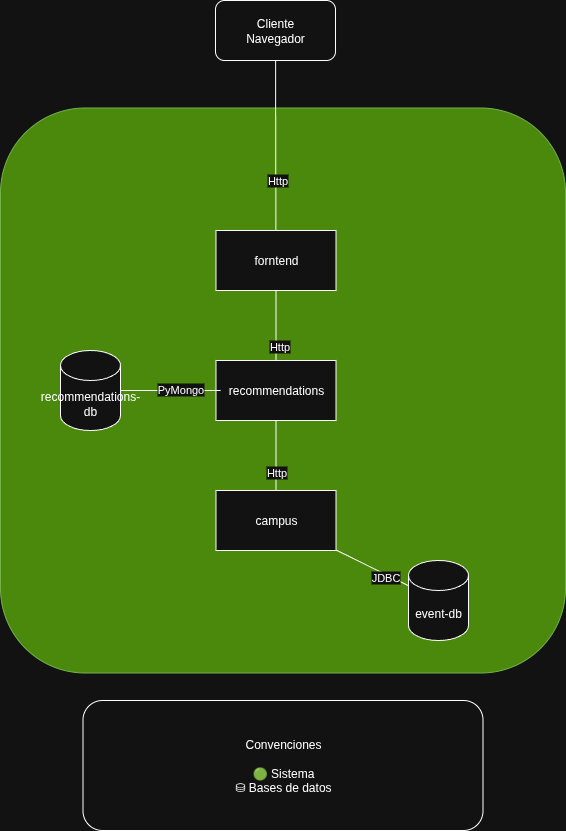
Above: laboratories/laboratory_2/julvargasgu-ggonzalezbo/CyC.png in sdmorenob/swarch-2025-ii (draw.io), before the change. Source tidied: cells renumbered, new cells last; positions are measured from the earlier drawing's top-left corner, leaving out a move shared by most shapes. Source of this version:
```xml
<mxGraphModel>
  <root>
    <mxCell id="0" />
    <mxCell id="1" parent="0" />
    <mxCell id="2" style="whiteSpace=wrap;html=1;fillColor=#60a917;fontColor=#ffffff;strokeColor=#2D7600;rounded=1;" parent="1" vertex="1">
      <mxGeometry y="107.5" width="565" height="565" as="geometry" />
    </mxCell>
    <mxCell id="3" value="campus" style="rounded=0;whiteSpace=wrap;html=1;" parent="1" vertex="1">
      <mxGeometry x="215.5" y="490" width="120" height="60" as="geometry" />
    </mxCell>
    <mxCell id="4" value="recommendations" style="rounded=0;whiteSpace=wrap;html=1;" parent="1" vertex="1">
      <mxGeometry x="215.5" y="360" width="120" height="60" as="geometry" />
    </mxCell>
    <mxCell id="5" value="forntend" style="rounded=0;whiteSpace=wrap;html=1;" parent="1" vertex="1">
      <mxGeometry x="215.5" y="230" width="120" height="60" as="geometry" />
    </mxCell>
    <mxCell id="6" value="event-db" style="shape=cylinder3;whiteSpace=wrap;html=1;boundedLbl=1;backgroundOutline=1;size=15;" parent="1" vertex="1">
      <mxGeometry x="408" y="560" width="60" height="80" as="geometry" />
    </mxCell>
    <mxCell id="7" value="recommendations-db" style="shape=cylinder3;whiteSpace=wrap;html=1;boundedLbl=1;backgroundOutline=1;size=15;" parent="1" vertex="1">
      <mxGeometry x="60" y="350" width="60" height="80" as="geometry" />
    </mxCell>
    <mxCell id="8" value="Cliente&lt;div&gt;Navegador&lt;/div&gt;" style="rounded=1;whiteSpace=wrap;html=1;" parent="1" vertex="1">
      <mxGeometry x="215" width="120" height="60" as="geometry" />
    </mxCell>
    <mxCell id="9" style="endArrow=none;html=1;rounded=0;" parent="1" edge="1" source="4" target="5">
      <mxGeometry relative="1" as="geometry" />
    </mxCell>
    <mxCell id="10" value="Http" style="edgeLabel;html=1;align=center;verticalAlign=middle;" parent="9" vertex="1">
      <mxGeometry x="-0.57" y="-2" relative="1" as="geometry">
        <mxPoint x="1" as="offset" />
      </mxGeometry>
    </mxCell>
    <mxCell id="11" style="endArrow=none;html=1;rounded=0;" parent="1" edge="1" source="3" target="6">
      <mxGeometry relative="1" as="geometry" />
    </mxCell>
    <mxCell id="12" value="JDBC" style="edgeLabel;html=1;align=center;verticalAlign=middle;" parent="11" vertex="1">
      <mxGeometry x="0.38" y="-3" relative="1" as="geometry" />
    </mxCell>
    <mxCell id="13" style="endArrow=none;html=1;rounded=0;" parent="1" edge="1" source="3" target="4">
      <mxGeometry relative="1" as="geometry" />
    </mxCell>
    <mxCell id="14" value="Http" style="edgeLabel;html=1;align=center;verticalAlign=middle;" parent="13" vertex="1">
      <mxGeometry x="-0.46" y="1" relative="1" as="geometry">
        <mxPoint x="1" as="offset" />
      </mxGeometry>
    </mxCell>
    <mxCell id="15" style="endArrow=none;html=1;rounded=0;" parent="1" edge="1" source="5" target="8">
      <mxGeometry relative="1" as="geometry" />
    </mxCell>
    <mxCell id="16" value="Http" style="edgeLabel;html=1;align=center;verticalAlign=middle;" parent="15" vertex="1">
      <mxGeometry x="-0.4" relative="1" as="geometry">
        <mxPoint x="1" as="offset" />
      </mxGeometry>
    </mxCell>
    <mxCell id="17" value="Convenciones&lt;div&gt;&lt;br&gt;&lt;div&gt;🟢 Sistema&lt;/div&gt;&lt;/div&gt;&lt;div&gt;⛁ Bases de datos&lt;/div&gt;" style="rounded=1;whiteSpace=wrap;html=1;" parent="1" vertex="1">
      <mxGeometry x="82.5" y="700" width="400" height="130" as="geometry" />
    </mxCell>
    <mxCell id="18" style="endArrow=none;html=1;rounded=0;" parent="1" edge="1" source="7">
      <mxGeometry relative="1" as="geometry">
        <mxPoint x="220" y="390" as="targetPoint" />
      </mxGeometry>
    </mxCell>
    <mxCell id="19" value="PyMongo" style="edgeLabel;html=1;align=center;verticalAlign=middle;" parent="18" vertex="1">
      <mxGeometry x="0.18" y="2" relative="1" as="geometry" />
    </mxCell>
  </root>
</mxGraphModel>
```
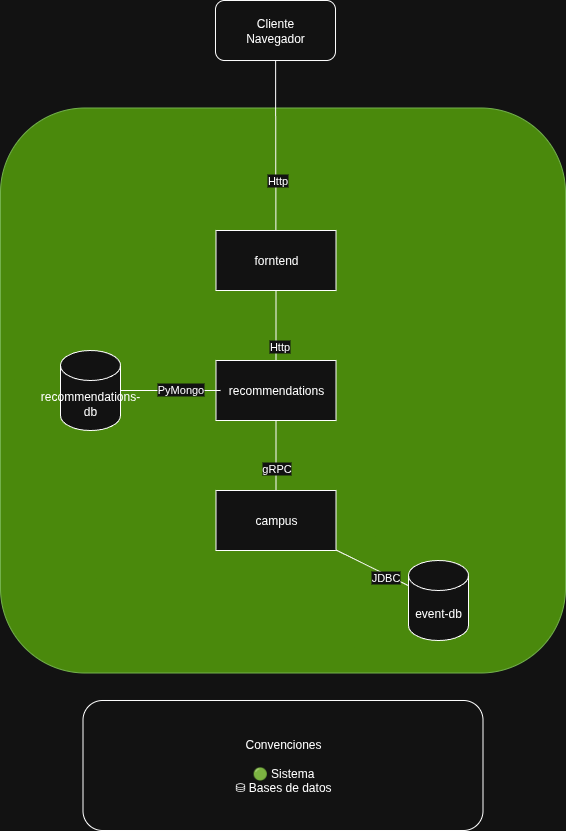
After the commit.

Commit message:
Correción de diagrama

What changed in the source:
```diff
@@ -23,8 +23,11 @@
     <mxCell id="8" value="Cliente&lt;div&gt;Navegador&lt;/div&gt;" style="rounded=1;whiteSpace=wrap;html=1;" parent="1" vertex="1">
       <mxGeometry x="215" width="120" height="60" as="geometry" />
     </mxCell>
-    <mxCell id="9" style="endArrow=none;html=1;rounded=0;" parent="1" edge="1" source="4" target="5">
-      <mxGeometry relative="1" as="geometry" />
+    <mxCell id="9" style="endArrow=none;html=1;rounded=0;" parent="1" edge="1">
+      <mxGeometry relative="1" as="geometry">
+        <mxPoint x="275.5" y="360" as="sourcePoint" />
+        <mxPoint x="275.5" y="290" as="targetPoint" />
+      </mxGeometry>
     </mxCell>
     <mxCell id="10" value="Http" style="edgeLabel;html=1;align=center;verticalAlign=middle;" parent="9" vertex="1">
       <mxGeometry x="-0.57" y="-2" relative="1" as="geometry">
@@ -37,14 +40,6 @@
     <mxCell id="12" value="JDBC" style="edgeLabel;html=1;align=center;verticalAlign=middle;" parent="11" vertex="1">
       <mxGeometry x="0.38" y="-3" relative="1" as="geometry" />
     </mxCell>
-    <mxCell id="13" style="endArrow=none;html=1;rounded=0;" parent="1" edge="1" source="3" target="4">
-      <mxGeometry relative="1" as="geometry" />
-    </mxCell>
-    <mxCell id="14" value="Http" style="edgeLabel;html=1;align=center;verticalAlign=middle;" parent="13" vertex="1">
-      <mxGeometry x="-0.46" y="1" relative="1" as="geometry">
-        <mxPoint x="1" as="offset" />
-      </mxGeometry>
-    </mxCell>
     <mxCell id="15" style="endArrow=none;html=1;rounded=0;" parent="1" edge="1" source="5" target="8">
       <mxGeometry relative="1" as="geometry" />
     </mxCell>
@@ -64,5 +59,13 @@
     <mxCell id="19" value="PyMongo" style="edgeLabel;html=1;align=center;verticalAlign=middle;" parent="18" vertex="1">
       <mxGeometry x="0.18" y="2" relative="1" as="geometry" />
     </mxCell>
+    <mxCell id="13" style="endArrow=none;html=1;rounded=0;" parent="1" edge="1" source="3" target="4">
+      <mxGeometry relative="1" as="geometry" />
+    </mxCell>
+    <mxCell id="20" value="gRPC" style="edgeLabel;html=1;align=center;verticalAlign=middle;" parent="13" vertex="1">
+      <mxGeometry x="-0.34" y="1" relative="1" as="geometry">
+        <mxPoint x="1" as="offset" />
+      </mxGeometry>
+    </mxCell>
   </root>
 </mxGraphModel>
```
